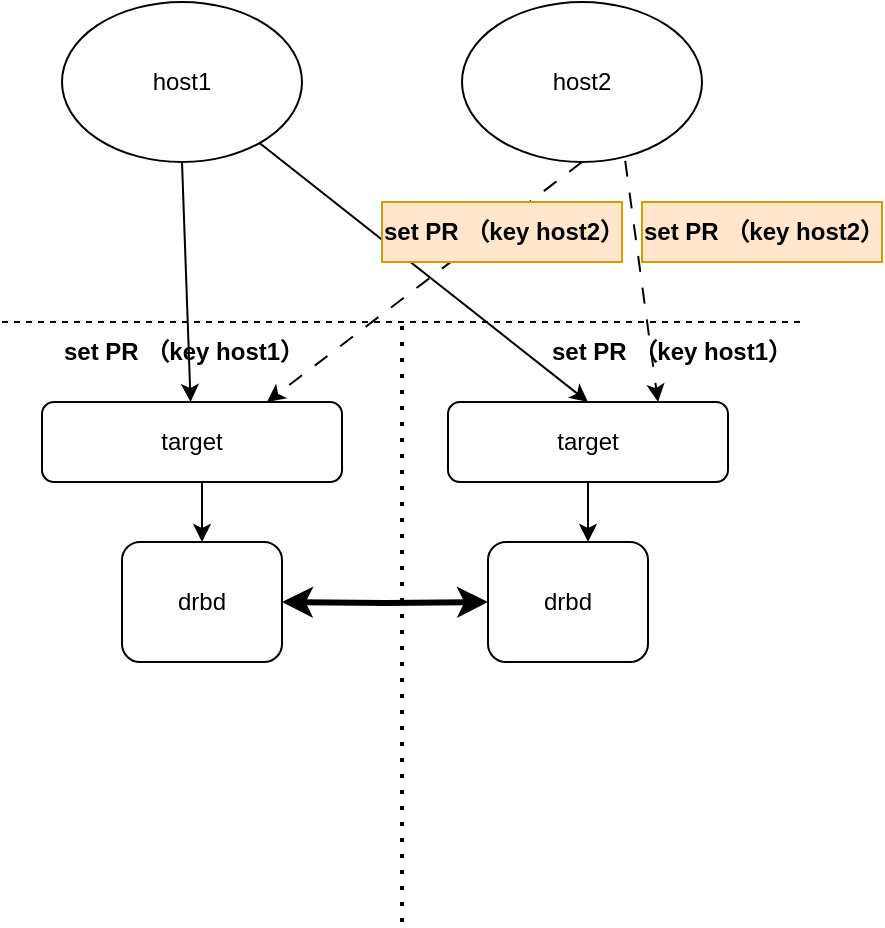
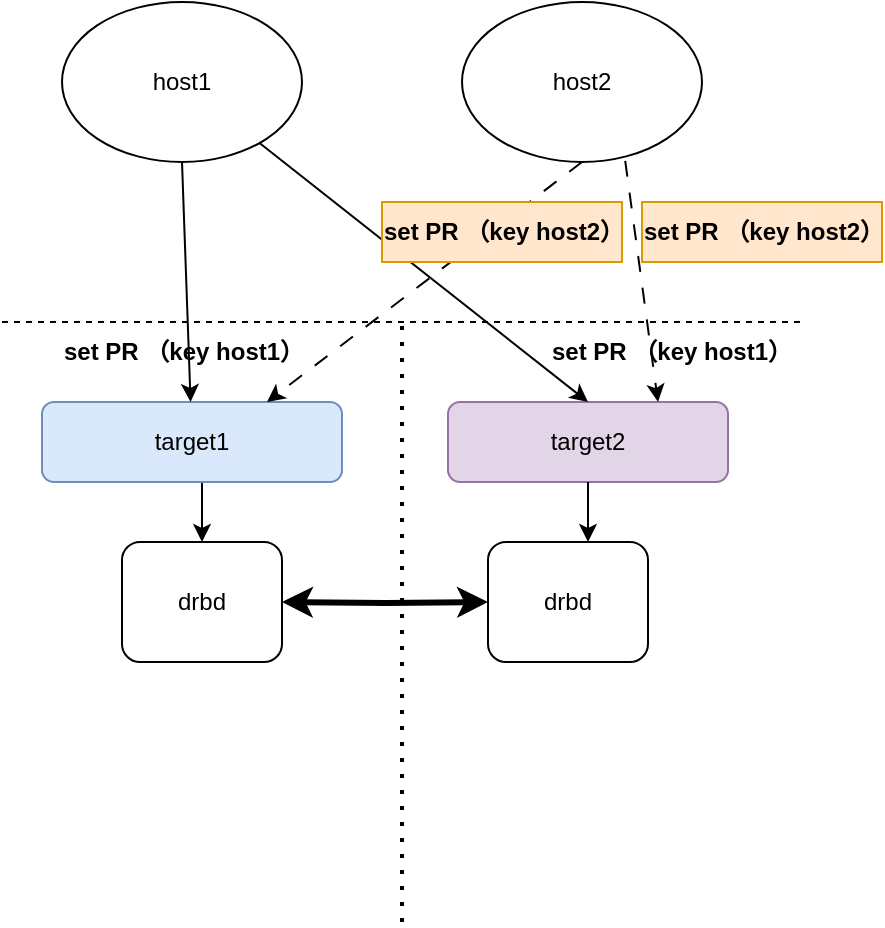
<mxfile host="app.diagrams.net">
  <diagram name="第 1 页" id="Ifx6KEgPPU0D2kjR70l6">
    <mxGraphModel dx="1021" dy="637" grid="1" gridSize="10" guides="0" tooltips="1" connect="1" arrows="1" fold="1" page="1" pageScale="1" pageWidth="827" pageHeight="1169" math="0" shadow="0">
      <root>
        <mxCell id="0" />
        <mxCell id="1" parent="0" />
        <mxCell id="BN7UGvUSFtl_CjC36wmj-23" edge="1" parent="1" source="BN7UGvUSFtl_CjC36wmj-1" style="edgeStyle=orthogonalEdgeStyle;rounded=0;orthogonalLoop=1;jettySize=auto;html=1;exitX=0.5;exitY=1;exitDx=0;exitDy=0;entryX=0.5;entryY=0;entryDx=0;entryDy=0;" target="BN7UGvUSFtl_CjC36wmj-17">
          <mxGeometry relative="1" as="geometry" />
        </mxCell>
-         <mxCell id="BN7UGvUSFtl_CjC36wmj-1" parent="1" style="rounded=1;whiteSpace=wrap;html=1;" value="target" vertex="1">
+         <mxCell id="BN7UGvUSFtl_CjC36wmj-1" parent="1" style="rounded=1;whiteSpace=wrap;html=1;fillColor=#dae8fc;strokeColor=#6c8ebf;" value="target1" vertex="1">
          <mxGeometry height="40" width="150" x="200" y="240" as="geometry" />
        </mxCell>
-         <mxCell id="BN7UGvUSFtl_CjC36wmj-2" parent="1" style="rounded=1;whiteSpace=wrap;html=1;" value="target" vertex="1">
+         <mxCell id="BN7UGvUSFtl_CjC36wmj-2" parent="1" style="rounded=1;whiteSpace=wrap;html=1;fillColor=#e1d5e7;strokeColor=#9673a6;" value="target2" vertex="1">
          <mxGeometry height="40" width="140" x="403" y="240" as="geometry" />
        </mxCell>
        <mxCell id="BN7UGvUSFtl_CjC36wmj-3" edge="1" parent="1" style="endArrow=none;dashed=1;html=1;rounded=0;" value="">
          <mxGeometry height="50" relative="1" width="50" as="geometry">
            <mxPoint x="180" y="200" as="sourcePoint" />
            <mxPoint x="580" y="200" as="targetPoint" />
          </mxGeometry>
        </mxCell>
        <mxCell id="BN7UGvUSFtl_CjC36wmj-4" parent="1" style="ellipse;whiteSpace=wrap;html=1;" value="host1" vertex="1">
          <mxGeometry height="80" width="120" x="210" y="40" as="geometry" />
        </mxCell>
        <mxCell id="BN7UGvUSFtl_CjC36wmj-5" parent="1" style="ellipse;whiteSpace=wrap;html=1;" value="host2" vertex="1">
          <mxGeometry height="80" width="120" x="410" y="40" as="geometry" />
        </mxCell>
        <mxCell id="BN7UGvUSFtl_CjC36wmj-7" edge="1" parent="1" source="BN7UGvUSFtl_CjC36wmj-4" style="endArrow=classic;html=1;rounded=0;exitX=0.5;exitY=1;exitDx=0;exitDy=0;" target="BN7UGvUSFtl_CjC36wmj-1" value="">
          <mxGeometry height="50" relative="1" width="50" as="geometry">
            <mxPoint x="390" y="360" as="sourcePoint" />
            <mxPoint x="440" y="310" as="targetPoint" />
          </mxGeometry>
        </mxCell>
        <mxCell id="BN7UGvUSFtl_CjC36wmj-8" edge="1" parent="1" source="BN7UGvUSFtl_CjC36wmj-4" style="endArrow=classic;html=1;rounded=0;entryX=0.5;entryY=0;entryDx=0;entryDy=0;" target="BN7UGvUSFtl_CjC36wmj-2" value="">
          <mxGeometry height="50" relative="1" width="50" as="geometry">
            <mxPoint x="390" y="360" as="sourcePoint" />
            <mxPoint x="440" y="310" as="targetPoint" />
          </mxGeometry>
        </mxCell>
        <mxCell id="BN7UGvUSFtl_CjC36wmj-12" edge="1" parent="1" style="edgeStyle=orthogonalEdgeStyle;rounded=0;orthogonalLoop=1;jettySize=auto;html=1;exitX=1;exitY=0.5;exitDx=0;exitDy=0;entryX=0;entryY=0.5;entryDx=0;entryDy=0;startArrow=classic;startFill=1;curved=0;strokeWidth=3;" target="BN7UGvUSFtl_CjC36wmj-20">
          <mxGeometry relative="1" as="geometry">
            <mxPoint x="320" y="340" as="sourcePoint" />
            <mxPoint x="410" y="340" as="targetPoint" />
          </mxGeometry>
        </mxCell>
        <mxCell id="BN7UGvUSFtl_CjC36wmj-14" parent="1" style="text;html=1;whiteSpace=wrap;strokeColor=none;fillColor=none;align=center;verticalAlign=middle;rounded=0;" value="&lt;b&gt;set PR （key host1）&lt;/b&gt;" vertex="1">
          <mxGeometry height="30" width="120" x="210" y="200" as="geometry" />
        </mxCell>
        <mxCell id="BN7UGvUSFtl_CjC36wmj-16" parent="1" style="text;html=1;whiteSpace=wrap;strokeColor=none;fillColor=none;align=center;verticalAlign=middle;rounded=0;" value="&lt;b&gt;set PR （key host1）&lt;/b&gt;" vertex="1">
          <mxGeometry height="30" width="130" x="450" y="200" as="geometry" />
        </mxCell>
        <mxCell id="BN7UGvUSFtl_CjC36wmj-17" parent="1" style="rounded=1;whiteSpace=wrap;html=1;" value="drbd" vertex="1">
          <mxGeometry height="60" width="80" x="240" y="310" as="geometry" />
        </mxCell>
        <mxCell id="BN7UGvUSFtl_CjC36wmj-20" parent="1" style="rounded=1;whiteSpace=wrap;html=1;" value="drbd" vertex="1">
          <mxGeometry height="60" width="80" x="423" y="310" as="geometry" />
        </mxCell>
        <mxCell id="BN7UGvUSFtl_CjC36wmj-21" edge="1" parent="1" style="endArrow=none;dashed=1;html=1;dashPattern=1 3;strokeWidth=2;rounded=0;" value="">
          <mxGeometry height="50" relative="1" width="50" as="geometry">
            <mxPoint x="380" y="500" as="sourcePoint" />
            <mxPoint x="380" y="200" as="targetPoint" />
          </mxGeometry>
        </mxCell>
        <mxCell id="BN7UGvUSFtl_CjC36wmj-24" edge="1" parent="1" source="BN7UGvUSFtl_CjC36wmj-2" style="edgeStyle=orthogonalEdgeStyle;rounded=0;orthogonalLoop=1;jettySize=auto;html=1;exitX=0.5;exitY=1;exitDx=0;exitDy=0;entryX=0.625;entryY=0;entryDx=0;entryDy=0;entryPerimeter=0;" target="BN7UGvUSFtl_CjC36wmj-20">
          <mxGeometry relative="1" as="geometry" />
        </mxCell>
        <mxCell id="jlSp_G2U_6gr9TUBWSZ1-2" edge="1" parent="1" source="BN7UGvUSFtl_CjC36wmj-5" style="endArrow=classic;html=1;rounded=0;exitX=0.5;exitY=1;exitDx=0;exitDy=0;entryX=0.75;entryY=0;entryDx=0;entryDy=0;dashed=1;dashPattern=8 8;" target="BN7UGvUSFtl_CjC36wmj-1" value="">
          <mxGeometry height="50" relative="1" width="50" as="geometry">
            <mxPoint x="390" y="360" as="sourcePoint" />
            <mxPoint x="440" y="310" as="targetPoint" />
          </mxGeometry>
        </mxCell>
        <mxCell id="jlSp_G2U_6gr9TUBWSZ1-3" edge="1" parent="1" source="BN7UGvUSFtl_CjC36wmj-5" style="endArrow=classic;html=1;rounded=0;exitX=0.68;exitY=0.993;exitDx=0;exitDy=0;entryX=0.75;entryY=0;entryDx=0;entryDy=0;dashed=1;dashPattern=8 8;exitPerimeter=0;" target="BN7UGvUSFtl_CjC36wmj-2" value="">
          <mxGeometry height="50" relative="1" width="50" as="geometry">
            <mxPoint x="577" y="150" as="sourcePoint" />
            <mxPoint x="420" y="270" as="targetPoint" />
          </mxGeometry>
        </mxCell>
        <mxCell id="jlSp_G2U_6gr9TUBWSZ1-4" parent="1" style="text;html=1;whiteSpace=wrap;strokeColor=#d79b00;fillColor=#ffe6cc;align=center;verticalAlign=middle;rounded=0;" value="&lt;b&gt;set PR （key host2）&lt;/b&gt;" vertex="1">
          <mxGeometry height="30" width="120" x="370" y="140" as="geometry" />
        </mxCell>
        <mxCell id="jlSp_G2U_6gr9TUBWSZ1-5" parent="1" style="text;html=1;whiteSpace=wrap;strokeColor=#d79b00;fillColor=#ffe6cc;align=center;verticalAlign=middle;rounded=0;" value="&lt;b&gt;set PR （key host2）&lt;/b&gt;" vertex="1">
          <mxGeometry height="30" width="120" x="500" y="140" as="geometry" />
        </mxCell>
      </root>
    </mxGraphModel>
  </diagram>
</mxfile>
